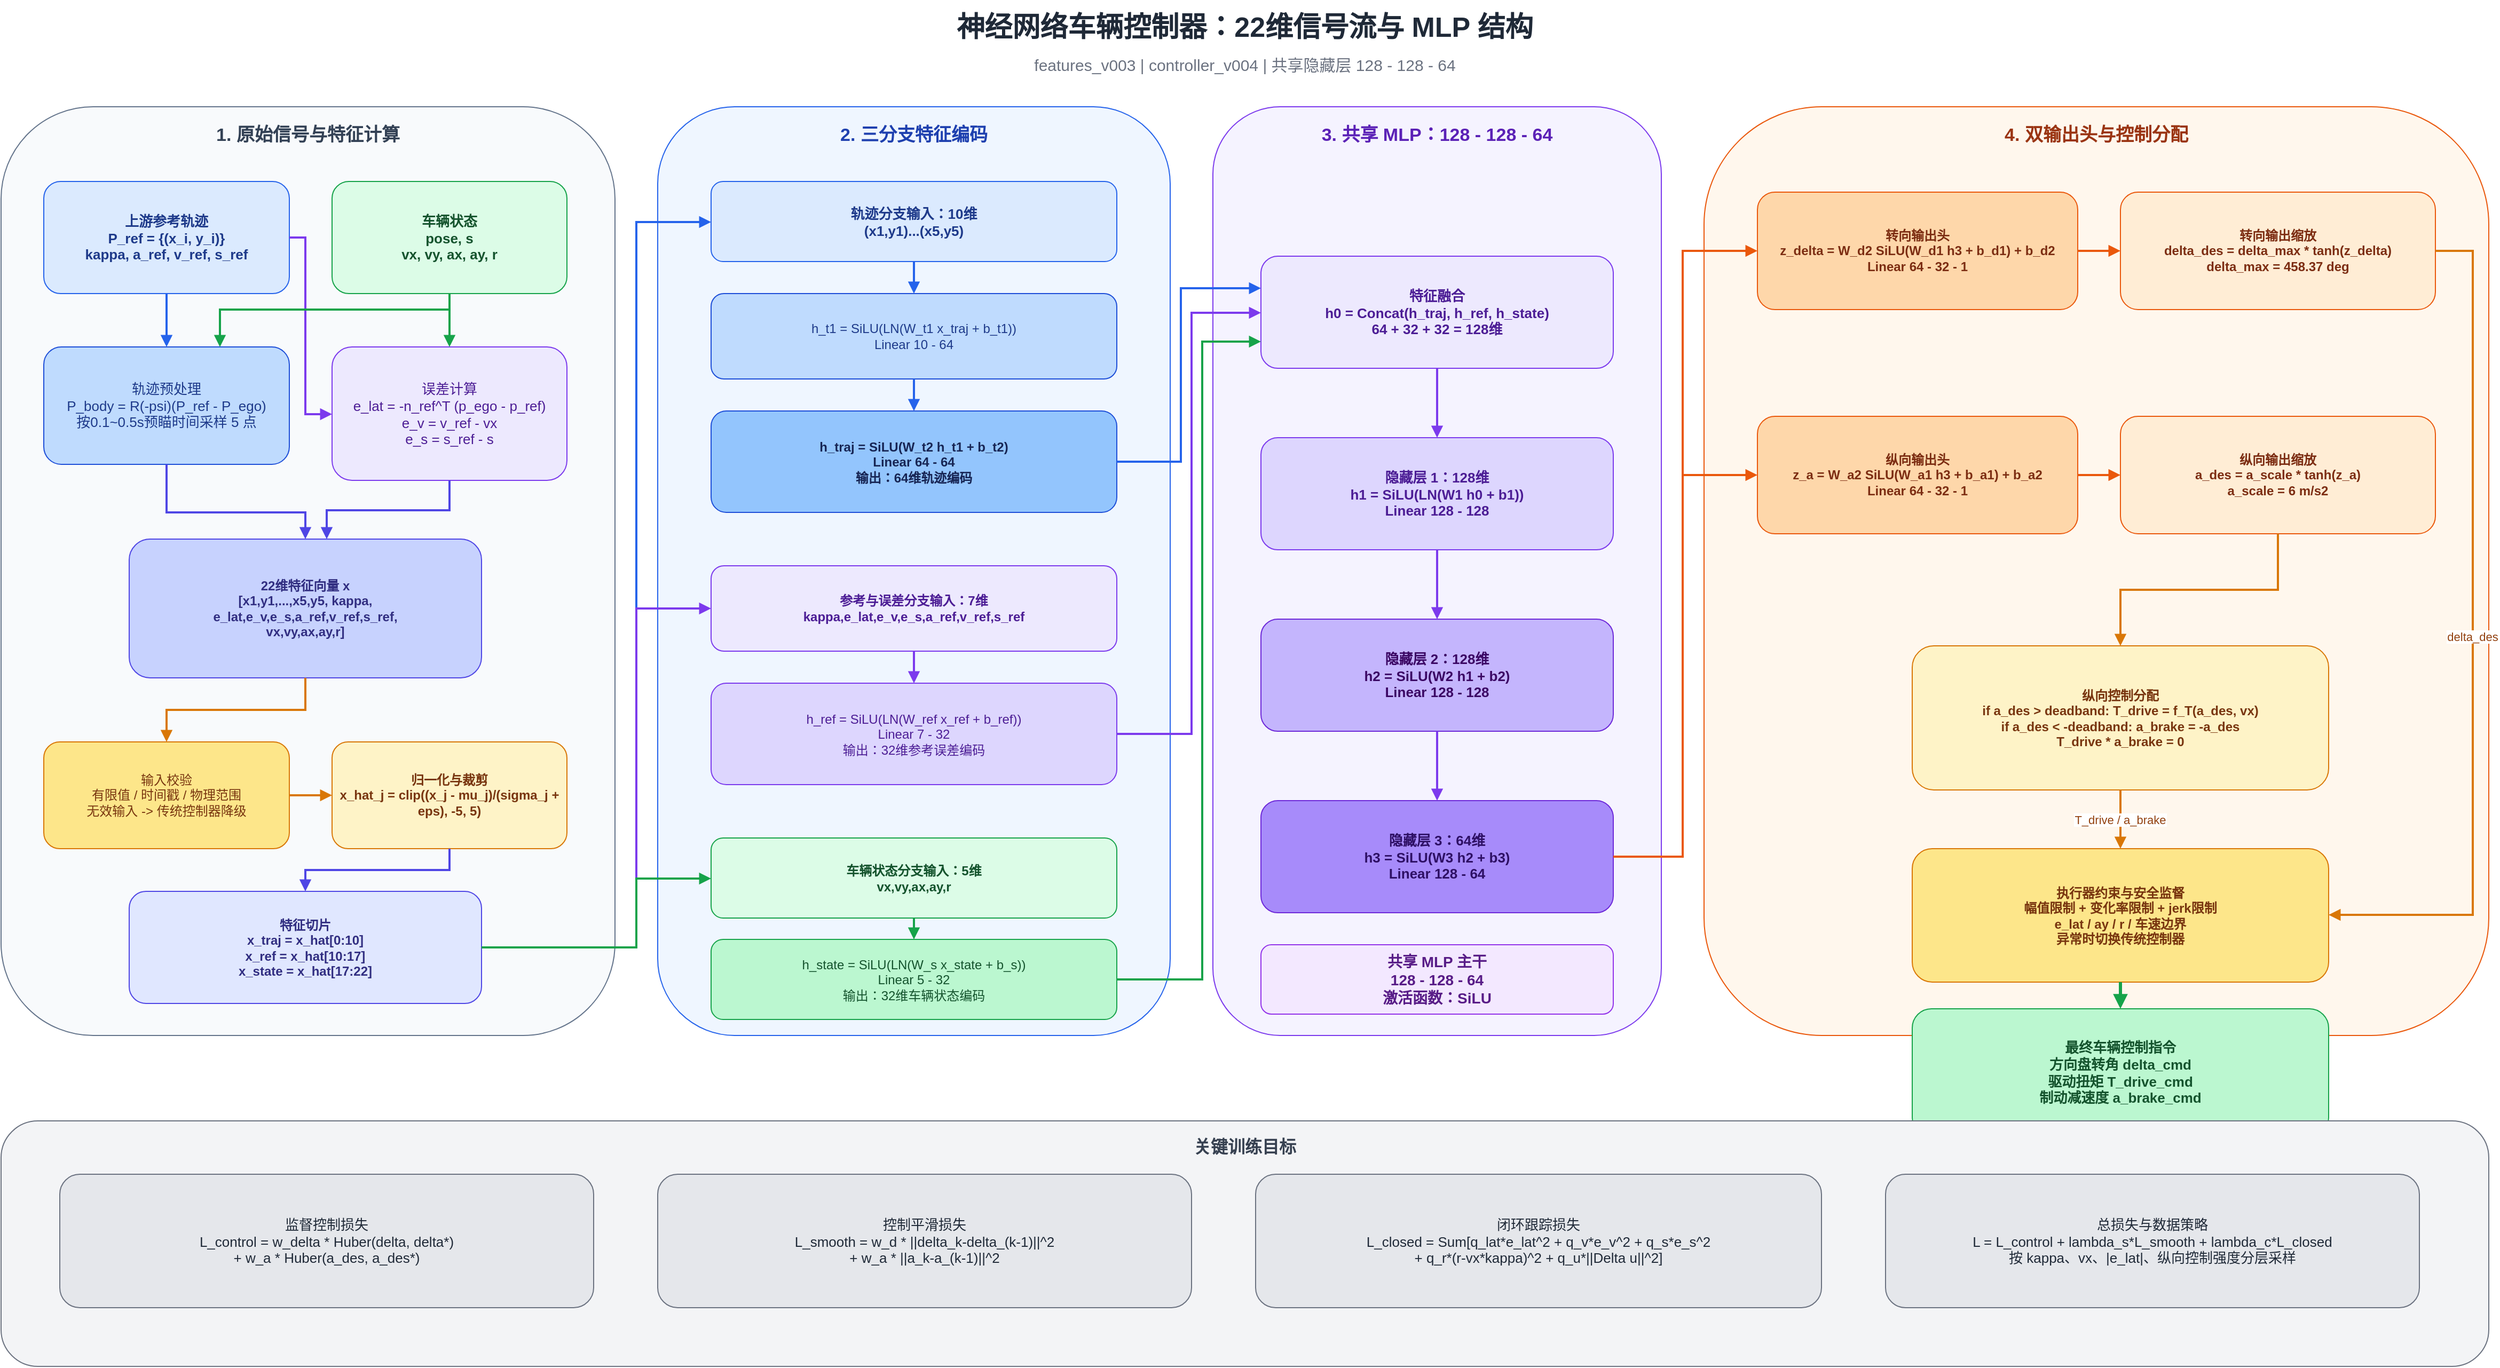
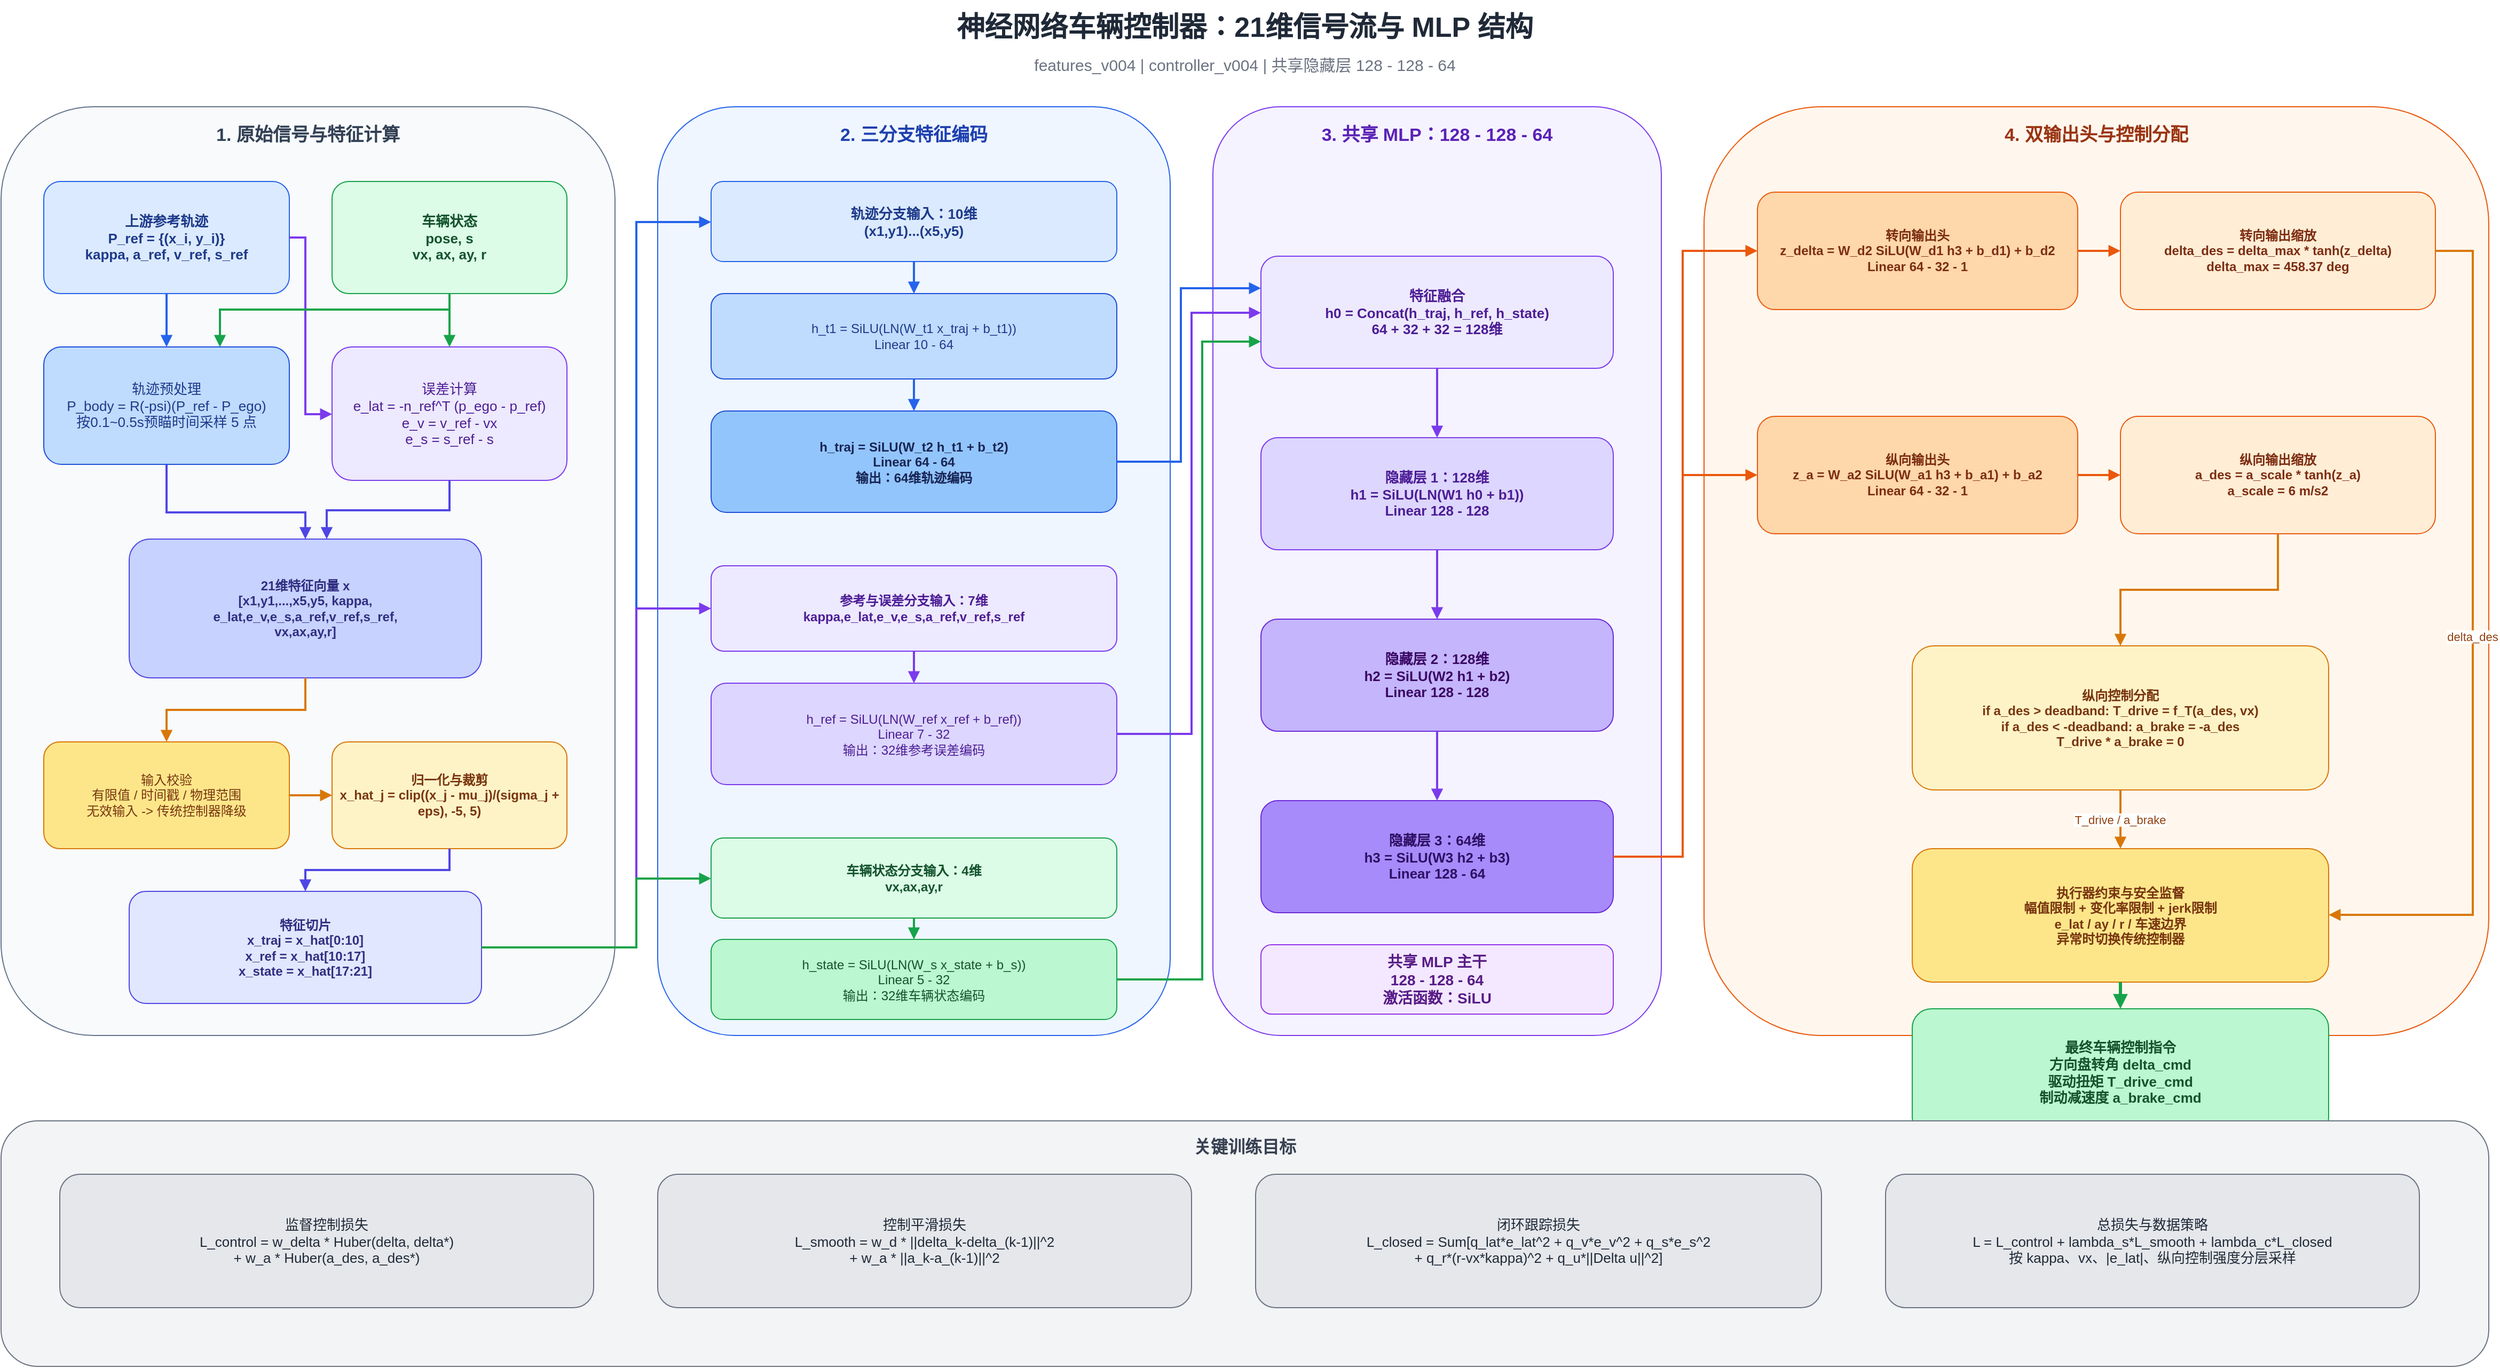
<mxfile host="65bd71144e" compressed="false">
    <diagram id="page1" name="神经网络结构与信号流">
        <mxGraphModel dx="1028" dy="1000" grid="1" gridSize="10" guides="1" tooltips="1" connect="1" arrows="1" fold="1" page="1" pageScale="1" pageWidth="2400" pageHeight="1450" math="0" shadow="0">
            <root>
                <mxCell id="0"/>
                <mxCell id="1" parent="0"/>
-                 <mxCell id="2" value="神经网络车辆控制器：22维信号流与 MLP 结构" style="text;html=0;align=center;verticalAlign=middle;fontSize=26;fontStyle=1;fontColor=#1F2937;" parent="1" vertex="1">
+                 <mxCell id="2" value="神经网络车辆控制器：21维信号流与 MLP 结构" style="text;html=0;align=center;verticalAlign=middle;fontSize=26;fontStyle=1;fontColor=#1F2937;" parent="1" vertex="1">
                    <mxGeometry x="450" y="20" width="1500" height="45" as="geometry"/>
                </mxCell>
-                 <mxCell id="3" value="features_v003 | controller_v004 | 共享隐藏层 128 - 128 - 64" style="text;html=0;align=center;verticalAlign=middle;fontSize=15;fontColor=#6B7280;" parent="1" vertex="1">
+                 <mxCell id="3" value="features_v004 | controller_v004 | 共享隐藏层 128 - 128 - 64" style="text;html=0;align=center;verticalAlign=middle;fontSize=15;fontColor=#6B7280;" parent="1" vertex="1">
                    <mxGeometry x="600" y="65" width="1200" height="30" as="geometry"/>
                </mxCell>
                <mxCell id="4" value="1. 原始信号与特征计算" style="rounded=1;whiteSpace=wrap;html=0;fillColor=#F8FAFC;strokeColor=#64748B;fontColor=#334155;fontStyle=1;fontSize=17;verticalAlign=top;spacingTop=10;" parent="1" vertex="1">
                    <mxGeometry x="35" y="120" width="575" height="870" as="geometry"/>
                </mxCell>
                <mxCell id="5" value="2. 三分支特征编码" style="rounded=1;whiteSpace=wrap;html=0;fillColor=#EFF6FF;strokeColor=#2563EB;fontColor=#1E40AF;fontStyle=1;fontSize=17;verticalAlign=top;spacingTop=10;" parent="1" vertex="1">
                    <mxGeometry x="650" y="120" width="480" height="870" as="geometry"/>
                </mxCell>
                <mxCell id="6" value="3. 共享 MLP：128 - 128 - 64" style="rounded=1;whiteSpace=wrap;html=0;fillColor=#F5F3FF;strokeColor=#7C3AED;fontColor=#5B21B6;fontStyle=1;fontSize=17;verticalAlign=top;spacingTop=10;" parent="1" vertex="1">
                    <mxGeometry x="1170" y="120" width="420" height="870" as="geometry"/>
                </mxCell>
                <mxCell id="7" value="4. 双输出头与控制分配" style="rounded=1;whiteSpace=wrap;html=0;fillColor=#FFF7ED;strokeColor=#EA580C;fontColor=#9A3412;fontStyle=1;fontSize=17;verticalAlign=top;spacingTop=10;" parent="1" vertex="1">
                    <mxGeometry x="1630" y="120" width="735" height="870" as="geometry"/>
                </mxCell>
                <mxCell id="10" value="上游参考轨迹&#xa;P_ref = {(x_i, y_i)}&#xa;kappa, a_ref, v_ref, s_ref" style="rounded=1;whiteSpace=wrap;html=0;fillColor=#DBEAFE;strokeColor=#2563EB;fontColor=#1E3A8A;fontStyle=1;fontSize=13;" parent="1" vertex="1">
                    <mxGeometry x="75" y="190" width="230" height="105" as="geometry"/>
                </mxCell>
-                 <mxCell id="11" value="车辆状态&#xa;pose, s&#xa;vx, vy, ax, ay, r" style="rounded=1;whiteSpace=wrap;html=0;fillColor=#DCFCE7;strokeColor=#16A34A;fontColor=#14532D;fontStyle=1;fontSize=13;" parent="1" vertex="1">
+                 <mxCell id="11" value="车辆状态&#xa;pose, s&#xa;vx, ax, ay, r" style="rounded=1;whiteSpace=wrap;html=0;fillColor=#DCFCE7;strokeColor=#16A34A;fontColor=#14532D;fontStyle=1;fontSize=13;" parent="1" vertex="1">
                    <mxGeometry x="345" y="190" width="220" height="105" as="geometry"/>
                </mxCell>
                <mxCell id="12" value="轨迹预处理&#xa;P_body = R(-psi)(P_ref - P_ego)&#xa;按0.1~0.5s预瞄时间采样 5 点" style="rounded=1;whiteSpace=wrap;html=0;fillColor=#BFDBFE;strokeColor=#1D4ED8;fontColor=#1E3A8A;fontSize=13;" parent="1" vertex="1">
                    <mxGeometry x="75" y="345" width="230" height="110" as="geometry"/>
                </mxCell>
                <mxCell id="13" value="误差计算&#xa;e_lat = -n_ref^T (p_ego - p_ref)&#xa;e_v = v_ref - vx&#xa;e_s = s_ref - s" style="rounded=1;whiteSpace=wrap;html=0;fillColor=#EDE9FE;strokeColor=#7C3AED;fontColor=#4C1D95;fontSize=13;" parent="1" vertex="1">
                    <mxGeometry x="345" y="345" width="220" height="125" as="geometry"/>
                </mxCell>
-                 <mxCell id="14" value="22维特征向量 x&#xa;[x1,y1,...,x5,y5, kappa,&#xa;e_lat,e_v,e_s,a_ref,v_ref,s_ref,&#xa;vx,vy,ax,ay,r]" style="rounded=1;whiteSpace=wrap;html=0;fillColor=#C7D2FE;strokeColor=#4F46E5;fontColor=#312E81;fontStyle=1;fontSize=12;" parent="1" vertex="1">
+                 <mxCell id="14" value="21维特征向量 x&#xa;[x1,y1,...,x5,y5, kappa,&#xa;e_lat,e_v,e_s,a_ref,v_ref,s_ref,&#xa;vx,ax,ay,r]" style="rounded=1;whiteSpace=wrap;html=0;fillColor=#C7D2FE;strokeColor=#4F46E5;fontColor=#312E81;fontStyle=1;fontSize=12;" parent="1" vertex="1">
                    <mxGeometry x="155" y="525" width="330" height="130" as="geometry"/>
                </mxCell>
                <mxCell id="15" value="输入校验&#xa;有限值 / 时间戳 / 物理范围&#xa;无效输入 -&gt; 传统控制器降级" style="rounded=1;whiteSpace=wrap;html=0;fillColor=#FDE68A;strokeColor=#D97706;fontColor=#78350F;fontSize=12;" parent="1" vertex="1">
                    <mxGeometry x="75" y="715" width="230" height="100" as="geometry"/>
                </mxCell>
                <mxCell id="16" value="归一化与裁剪&#xa;x_hat_j = clip((x_j - mu_j)/(sigma_j + eps), -5, 5)" style="rounded=1;whiteSpace=wrap;html=0;fillColor=#FEF3C7;strokeColor=#D97706;fontColor=#78350F;fontStyle=1;fontSize=12;" parent="1" vertex="1">
                    <mxGeometry x="345" y="715" width="220" height="100" as="geometry"/>
                </mxCell>
-                 <mxCell id="17" value="特征切片&#xa;x_traj = x_hat[0:10]&#xa;x_ref = x_hat[10:17]&#xa;x_state = x_hat[17:22]" style="rounded=1;whiteSpace=wrap;html=0;fillColor=#E0E7FF;strokeColor=#4F46E5;fontColor=#312E81;fontStyle=1;fontSize=12;" parent="1" vertex="1">
+                 <mxCell id="17" value="特征切片&#xa;x_traj = x_hat[0:10]&#xa;x_ref = x_hat[10:17]&#xa;x_state = x_hat[17:21]" style="rounded=1;whiteSpace=wrap;html=0;fillColor=#E0E7FF;strokeColor=#4F46E5;fontColor=#312E81;fontStyle=1;fontSize=12;" parent="1" vertex="1">
                    <mxGeometry x="155" y="855" width="330" height="105" as="geometry"/>
                </mxCell>
                <mxCell id="20" value="轨迹分支输入：10维&#xa;(x1,y1)...(x5,y5)" style="rounded=1;whiteSpace=wrap;html=0;fillColor=#DBEAFE;strokeColor=#2563EB;fontColor=#1E3A8A;fontStyle=1;fontSize=13;" parent="1" vertex="1">
                    <mxGeometry x="700" y="190" width="380" height="75" as="geometry"/>
                </mxCell>
                <mxCell id="21" value="h_t1 = SiLU(LN(W_t1 x_traj + b_t1))&#xa;Linear 10 - 64" style="rounded=1;whiteSpace=wrap;html=0;fillColor=#BFDBFE;strokeColor=#1D4ED8;fontColor=#1E3A8A;fontSize=12;" parent="1" vertex="1">
                    <mxGeometry x="700" y="295" width="380" height="80" as="geometry"/>
                </mxCell>
                <mxCell id="22" value="h_traj = SiLU(W_t2 h_t1 + b_t2)&#xa;Linear 64 - 64&#xa;输出：64维轨迹编码" style="rounded=1;whiteSpace=wrap;html=0;fillColor=#93C5FD;strokeColor=#1D4ED8;fontColor=#172554;fontStyle=1;fontSize=12;" parent="1" vertex="1">
                    <mxGeometry x="700" y="405" width="380" height="95" as="geometry"/>
                </mxCell>
                <mxCell id="23" value="参考与误差分支输入：7维&#xa;kappa,e_lat,e_v,e_s,a_ref,v_ref,s_ref" style="rounded=1;whiteSpace=wrap;html=0;fillColor=#EDE9FE;strokeColor=#7C3AED;fontColor=#4C1D95;fontStyle=1;fontSize=12;" parent="1" vertex="1">
                    <mxGeometry x="700" y="550" width="380" height="80" as="geometry"/>
                </mxCell>
                <mxCell id="24" value="h_ref = SiLU(LN(W_ref x_ref + b_ref))&#xa;Linear 7 - 32&#xa;输出：32维参考误差编码" style="rounded=1;whiteSpace=wrap;html=0;fillColor=#DDD6FE;strokeColor=#7C3AED;fontColor=#4C1D95;fontSize=12;" parent="1" vertex="1">
                    <mxGeometry x="700" y="660" width="380" height="95" as="geometry"/>
                </mxCell>
-                 <mxCell id="25" value="车辆状态分支输入：5维&#xa;vx,vy,ax,ay,r" style="rounded=1;whiteSpace=wrap;html=0;fillColor=#DCFCE7;strokeColor=#16A34A;fontColor=#14532D;fontStyle=1;fontSize=12;" parent="1" vertex="1">
+                 <mxCell id="25" value="车辆状态分支输入：4维&#xa;vx,ax,ay,r" style="rounded=1;whiteSpace=wrap;html=0;fillColor=#DCFCE7;strokeColor=#16A34A;fontColor=#14532D;fontStyle=1;fontSize=12;" parent="1" vertex="1">
                    <mxGeometry x="700" y="805" width="380" height="75" as="geometry"/>
                </mxCell>
                <mxCell id="26" value="h_state = SiLU(LN(W_s x_state + b_s))&#xa;Linear 5 - 32&#xa;输出：32维车辆状态编码" style="rounded=1;whiteSpace=wrap;html=0;fillColor=#BBF7D0;strokeColor=#16A34A;fontColor=#14532D;fontSize=12;" parent="1" vertex="1">
                    <mxGeometry x="700" y="900" width="380" height="75" as="geometry"/>
                </mxCell>
                <mxCell id="30" value="特征融合&#xa;h0 = Concat(h_traj, h_ref, h_state)&#xa;64 + 32 + 32 = 128维" style="rounded=1;whiteSpace=wrap;html=0;fillColor=#EDE9FE;strokeColor=#7C3AED;fontColor=#4C1D95;fontStyle=1;fontSize=13;" parent="1" vertex="1">
                    <mxGeometry x="1215" y="260" width="330" height="105" as="geometry"/>
                </mxCell>
                <mxCell id="31" value="隐藏层 1：128维&#xa;h1 = SiLU(LN(W1 h0 + b1))&#xa;Linear 128 - 128" style="rounded=1;whiteSpace=wrap;html=0;fillColor=#DDD6FE;strokeColor=#7C3AED;fontColor=#4C1D95;fontStyle=1;fontSize=13;" parent="1" vertex="1">
                    <mxGeometry x="1215" y="430" width="330" height="105" as="geometry"/>
                </mxCell>
                <mxCell id="32" value="隐藏层 2：128维&#xa;h2 = SiLU(W2 h1 + b2)&#xa;Linear 128 - 128" style="rounded=1;whiteSpace=wrap;html=0;fillColor=#C4B5FD;strokeColor=#6D28D9;fontColor=#3B0764;fontStyle=1;fontSize=13;" parent="1" vertex="1">
                    <mxGeometry x="1215" y="600" width="330" height="105" as="geometry"/>
                </mxCell>
                <mxCell id="33" value="隐藏层 3：64维&#xa;h3 = SiLU(W3 h2 + b3)&#xa;Linear 128 - 64" style="rounded=1;whiteSpace=wrap;html=0;fillColor=#A78BFA;strokeColor=#6D28D9;fontColor=#2E1065;fontStyle=1;fontSize=13;" parent="1" vertex="1">
                    <mxGeometry x="1215" y="770" width="330" height="105" as="geometry"/>
                </mxCell>
                <mxCell id="34" value="共享 MLP 主干&#xa;128 - 128 - 64&#xa;激活函数：SiLU" style="rounded=1;whiteSpace=wrap;html=0;fillColor=#F3E8FF;strokeColor=#9333EA;fontColor=#581C87;fontStyle=1;fontSize=14;" parent="1" vertex="1">
                    <mxGeometry x="1215" y="905" width="330" height="65" as="geometry"/>
                </mxCell>
                <mxCell id="40" value="转向输出头&#xa;z_delta = W_d2 SiLU(W_d1 h3 + b_d1) + b_d2&#xa;Linear 64 - 32 - 1" style="rounded=1;whiteSpace=wrap;html=0;fillColor=#FED7AA;strokeColor=#EA580C;fontColor=#7C2D12;fontStyle=1;fontSize=12;" parent="1" vertex="1">
                    <mxGeometry x="1680" y="200" width="300" height="110" as="geometry"/>
                </mxCell>
                <mxCell id="41" value="转向输出缩放&#xa;delta_des = delta_max * tanh(z_delta)&#xa;delta_max = 458.37 deg" style="rounded=1;whiteSpace=wrap;html=0;fillColor=#FFEDD5;strokeColor=#EA580C;fontColor=#7C2D12;fontStyle=1;fontSize=12;" parent="1" vertex="1">
                    <mxGeometry x="2020" y="200" width="295" height="110" as="geometry"/>
                </mxCell>
                <mxCell id="42" value="纵向输出头&#xa;z_a = W_a2 SiLU(W_a1 h3 + b_a1) + b_a2&#xa;Linear 64 - 32 - 1" style="rounded=1;whiteSpace=wrap;html=0;fillColor=#FED7AA;strokeColor=#EA580C;fontColor=#7C2D12;fontStyle=1;fontSize=12;" parent="1" vertex="1">
                    <mxGeometry x="1680" y="410" width="300" height="110" as="geometry"/>
                </mxCell>
                <mxCell id="43" value="纵向输出缩放&#xa;a_des = a_scale * tanh(z_a)&#xa;a_scale = 6 m/s2" style="rounded=1;whiteSpace=wrap;html=0;fillColor=#FFEDD5;strokeColor=#EA580C;fontColor=#7C2D12;fontStyle=1;fontSize=12;" parent="1" vertex="1">
                    <mxGeometry x="2020" y="410" width="295" height="110" as="geometry"/>
                </mxCell>
                <mxCell id="44" value="纵向控制分配&#xa;if a_des &gt; deadband: T_drive = f_T(a_des, vx)&#xa;if a_des &lt; -deadband: a_brake = -a_des&#xa;T_drive * a_brake = 0" style="rounded=1;whiteSpace=wrap;html=0;fillColor=#FEF3C7;strokeColor=#D97706;fontColor=#78350F;fontStyle=1;fontSize=12;" parent="1" vertex="1">
                    <mxGeometry x="1825" y="625" width="390" height="135" as="geometry"/>
                </mxCell>
                <mxCell id="45" value="执行器约束与安全监督&#xa;幅值限制 + 变化率限制 + jerk限制&#xa;e_lat / ay / r / 车速边界&#xa;异常时切换传统控制器" style="rounded=1;whiteSpace=wrap;html=0;fillColor=#FDE68A;strokeColor=#D97706;fontColor=#78350F;fontStyle=1;fontSize=12;" parent="1" vertex="1">
                    <mxGeometry x="1825" y="815" width="390" height="125" as="geometry"/>
                </mxCell>
                <mxCell id="46" value="最终车辆控制指令&#xa;方向盘转角 delta_cmd&#xa;驱动扭矩 T_drive_cmd&#xa;制动减速度 a_brake_cmd" style="rounded=1;whiteSpace=wrap;html=0;fillColor=#BBF7D0;strokeColor=#16A34A;fontColor=#14532D;fontStyle=1;fontSize=13;" parent="1" vertex="1">
                    <mxGeometry x="1825" y="965" width="390" height="120" as="geometry"/>
                </mxCell>
                <mxCell id="50" value="关键训练目标" style="rounded=1;whiteSpace=wrap;html=0;fillColor=#F3F4F6;strokeColor=#6B7280;fontColor=#374151;fontStyle=1;fontSize=16;verticalAlign=top;spacingTop=8;" parent="1" vertex="1">
                    <mxGeometry x="35" y="1070" width="2330" height="230" as="geometry"/>
                </mxCell>
                <mxCell id="51" value="监督控制损失&#xa;L_control = w_delta * Huber(delta, delta*)&#xa;          + w_a * Huber(a_des, a_des*)" style="rounded=1;whiteSpace=wrap;html=0;fillColor=#E5E7EB;strokeColor=#6B7280;fontColor=#1F2937;fontSize=13;" parent="1" vertex="1">
                    <mxGeometry x="90" y="1120" width="500" height="125" as="geometry"/>
                </mxCell>
                <mxCell id="52" value="控制平滑损失&#xa;L_smooth = w_d * ||delta_k-delta_(k-1)||^2&#xa;          + w_a * ||a_k-a_(k-1)||^2" style="rounded=1;whiteSpace=wrap;html=0;fillColor=#E5E7EB;strokeColor=#6B7280;fontColor=#1F2937;fontSize=13;" parent="1" vertex="1">
                    <mxGeometry x="650" y="1120" width="500" height="125" as="geometry"/>
                </mxCell>
                <mxCell id="53" value="闭环跟踪损失&#xa;L_closed = Sum[q_lat*e_lat^2 + q_v*e_v^2 + q_s*e_s^2&#xa;             + q_r*(r-vx*kappa)^2 + q_u*||Delta u||^2]" style="rounded=1;whiteSpace=wrap;html=0;fillColor=#E5E7EB;strokeColor=#6B7280;fontColor=#1F2937;fontSize=13;" parent="1" vertex="1">
                    <mxGeometry x="1210" y="1120" width="530" height="125" as="geometry"/>
                </mxCell>
                <mxCell id="54" value="总损失与数据策略&#xa;L = L_control + lambda_s*L_smooth + lambda_c*L_closed&#xa;按 kappa、vx、|e_lat|、纵向控制强度分层采样" style="rounded=1;whiteSpace=wrap;html=0;fillColor=#E5E7EB;strokeColor=#6B7280;fontColor=#1F2937;fontSize=13;" parent="1" vertex="1">
                    <mxGeometry x="1800" y="1120" width="500" height="125" as="geometry"/>
                </mxCell>
                <mxCell id="100" style="edgeStyle=orthogonalEdgeStyle;rounded=0;html=0;endArrow=block;endFill=1;strokeColor=#2563EB;strokeWidth=2;" parent="1" source="10" target="12" edge="1">
                    <mxGeometry relative="1" as="geometry"/>
                </mxCell>
                <mxCell id="101" style="edgeStyle=orthogonalEdgeStyle;rounded=0;html=0;endArrow=block;endFill=1;strokeColor=#7C3AED;strokeWidth=2;" parent="1" source="10" target="13" edge="1">
                    <mxGeometry relative="1" as="geometry">
                        <Array as="points">
                            <mxPoint x="320" y="243"/>
                            <mxPoint x="320" y="408"/>
                        </Array>
                    </mxGeometry>
                </mxCell>
                <mxCell id="102" style="edgeStyle=orthogonalEdgeStyle;rounded=0;html=0;endArrow=block;endFill=1;strokeColor=#16A34A;strokeWidth=2;" parent="1" source="11" target="12" edge="1">
                    <mxGeometry relative="1" as="geometry">
                        <Array as="points">
                            <mxPoint x="455" y="310"/>
                            <mxPoint x="240" y="310"/>
                        </Array>
                    </mxGeometry>
                </mxCell>
                <mxCell id="103" style="edgeStyle=orthogonalEdgeStyle;rounded=0;html=0;endArrow=block;endFill=1;strokeColor=#16A34A;strokeWidth=2;" parent="1" source="11" target="13" edge="1">
                    <mxGeometry relative="1" as="geometry"/>
                </mxCell>
                <mxCell id="104" style="edgeStyle=orthogonalEdgeStyle;rounded=0;html=0;endArrow=block;endFill=1;strokeColor=#4F46E5;strokeWidth=2;" parent="1" source="12" target="14" edge="1">
                    <mxGeometry relative="1" as="geometry">
                        <Array as="points">
                            <mxPoint x="190" y="500"/>
                            <mxPoint x="320" y="500"/>
                        </Array>
                    </mxGeometry>
                </mxCell>
                <mxCell id="105" style="edgeStyle=orthogonalEdgeStyle;rounded=0;html=0;endArrow=block;endFill=1;strokeColor=#4F46E5;strokeWidth=2;" parent="1" source="13" target="14" edge="1">
                    <mxGeometry relative="1" as="geometry">
                        <Array as="points">
                            <mxPoint x="455" y="498"/>
                            <mxPoint x="340" y="498"/>
                        </Array>
                    </mxGeometry>
                </mxCell>
                <mxCell id="106" style="edgeStyle=orthogonalEdgeStyle;rounded=0;html=0;endArrow=block;endFill=1;strokeColor=#D97706;strokeWidth=2;" parent="1" source="14" target="15" edge="1">
                    <mxGeometry relative="1" as="geometry"/>
                </mxCell>
                <mxCell id="107" style="edgeStyle=orthogonalEdgeStyle;rounded=0;html=0;endArrow=block;endFill=1;strokeColor=#D97706;strokeWidth=2;" parent="1" source="15" target="16" edge="1">
                    <mxGeometry relative="1" as="geometry"/>
                </mxCell>
                <mxCell id="108" style="edgeStyle=orthogonalEdgeStyle;rounded=0;html=0;endArrow=block;endFill=1;strokeColor=#4F46E5;strokeWidth=2;" parent="1" source="16" target="17" edge="1">
                    <mxGeometry relative="1" as="geometry"/>
                </mxCell>
                <mxCell id="109" style="edgeStyle=orthogonalEdgeStyle;rounded=0;html=0;endArrow=block;endFill=1;strokeColor=#2563EB;strokeWidth=2;" parent="1" source="17" target="20" edge="1">
                    <mxGeometry relative="1" as="geometry">
                        <Array as="points">
                            <mxPoint x="630" y="908"/>
                            <mxPoint x="630" y="228"/>
                        </Array>
                    </mxGeometry>
                </mxCell>
                <mxCell id="110" style="edgeStyle=orthogonalEdgeStyle;rounded=0;html=0;endArrow=block;endFill=1;strokeColor=#7C3AED;strokeWidth=2;" parent="1" source="17" target="23" edge="1">
                    <mxGeometry relative="1" as="geometry">
                        <Array as="points">
                            <mxPoint x="630" y="908"/>
                            <mxPoint x="630" y="590"/>
                        </Array>
                    </mxGeometry>
                </mxCell>
                <mxCell id="111" style="edgeStyle=orthogonalEdgeStyle;rounded=0;html=0;endArrow=block;endFill=1;strokeColor=#16A34A;strokeWidth=2;" parent="1" source="17" target="25" edge="1">
                    <mxGeometry relative="1" as="geometry">
                        <Array as="points">
                            <mxPoint x="630" y="908"/>
                            <mxPoint x="630" y="843"/>
                        </Array>
                    </mxGeometry>
                </mxCell>
                <mxCell id="112" style="edgeStyle=orthogonalEdgeStyle;rounded=0;html=0;endArrow=block;endFill=1;strokeColor=#2563EB;strokeWidth=2;" parent="1" source="20" target="21" edge="1">
                    <mxGeometry relative="1" as="geometry"/>
                </mxCell>
                <mxCell id="113" style="edgeStyle=orthogonalEdgeStyle;rounded=0;html=0;endArrow=block;endFill=1;strokeColor=#2563EB;strokeWidth=2;" parent="1" source="21" target="22" edge="1">
                    <mxGeometry relative="1" as="geometry"/>
                </mxCell>
                <mxCell id="114" style="edgeStyle=orthogonalEdgeStyle;rounded=0;html=0;endArrow=block;endFill=1;strokeColor=#7C3AED;strokeWidth=2;" parent="1" source="23" target="24" edge="1">
                    <mxGeometry relative="1" as="geometry"/>
                </mxCell>
                <mxCell id="115" style="edgeStyle=orthogonalEdgeStyle;rounded=0;html=0;endArrow=block;endFill=1;strokeColor=#16A34A;strokeWidth=2;" parent="1" source="25" target="26" edge="1">
                    <mxGeometry relative="1" as="geometry"/>
                </mxCell>
                <mxCell id="116" style="edgeStyle=orthogonalEdgeStyle;rounded=0;html=0;endArrow=block;endFill=1;strokeColor=#2563EB;strokeWidth=2;" parent="1" source="22" target="30" edge="1">
                    <mxGeometry relative="1" as="geometry">
                        <Array as="points">
                            <mxPoint x="1140" y="452"/>
                            <mxPoint x="1140" y="290"/>
                        </Array>
                    </mxGeometry>
                </mxCell>
                <mxCell id="117" style="edgeStyle=orthogonalEdgeStyle;rounded=0;html=0;endArrow=block;endFill=1;strokeColor=#7C3AED;strokeWidth=2;" parent="1" source="24" target="30" edge="1">
                    <mxGeometry relative="1" as="geometry">
                        <Array as="points">
                            <mxPoint x="1150" y="708"/>
                            <mxPoint x="1150" y="313"/>
                        </Array>
                    </mxGeometry>
                </mxCell>
                <mxCell id="118" style="edgeStyle=orthogonalEdgeStyle;rounded=0;html=0;endArrow=block;endFill=1;strokeColor=#16A34A;strokeWidth=2;" parent="1" source="26" target="30" edge="1">
                    <mxGeometry relative="1" as="geometry">
                        <Array as="points">
                            <mxPoint x="1160" y="938"/>
                            <mxPoint x="1160" y="340"/>
                        </Array>
                    </mxGeometry>
                </mxCell>
                <mxCell id="119" style="edgeStyle=orthogonalEdgeStyle;rounded=0;html=0;endArrow=block;endFill=1;strokeColor=#7C3AED;strokeWidth=2;" parent="1" source="30" target="31" edge="1">
                    <mxGeometry relative="1" as="geometry"/>
                </mxCell>
                <mxCell id="120" style="edgeStyle=orthogonalEdgeStyle;rounded=0;html=0;endArrow=block;endFill=1;strokeColor=#7C3AED;strokeWidth=2;" parent="1" source="31" target="32" edge="1">
                    <mxGeometry relative="1" as="geometry"/>
                </mxCell>
                <mxCell id="121" style="edgeStyle=orthogonalEdgeStyle;rounded=0;html=0;endArrow=block;endFill=1;strokeColor=#7C3AED;strokeWidth=2;" parent="1" source="32" target="33" edge="1">
                    <mxGeometry relative="1" as="geometry"/>
                </mxCell>
                <mxCell id="122" style="edgeStyle=orthogonalEdgeStyle;rounded=0;html=0;endArrow=block;endFill=1;strokeColor=#EA580C;strokeWidth=2;" parent="1" source="33" target="40" edge="1">
                    <mxGeometry relative="1" as="geometry">
                        <Array as="points">
                            <mxPoint x="1610" y="823"/>
                            <mxPoint x="1610" y="255"/>
                        </Array>
                    </mxGeometry>
                </mxCell>
                <mxCell id="123" style="edgeStyle=orthogonalEdgeStyle;rounded=0;html=0;endArrow=block;endFill=1;strokeColor=#EA580C;strokeWidth=2;" parent="1" source="33" target="42" edge="1">
                    <mxGeometry relative="1" as="geometry">
                        <Array as="points">
                            <mxPoint x="1610" y="823"/>
                            <mxPoint x="1610" y="465"/>
                        </Array>
                    </mxGeometry>
                </mxCell>
                <mxCell id="124" style="edgeStyle=orthogonalEdgeStyle;rounded=0;html=0;endArrow=block;endFill=1;strokeColor=#EA580C;strokeWidth=2;" parent="1" source="40" target="41" edge="1">
                    <mxGeometry relative="1" as="geometry"/>
                </mxCell>
                <mxCell id="125" style="edgeStyle=orthogonalEdgeStyle;rounded=0;html=0;endArrow=block;endFill=1;strokeColor=#EA580C;strokeWidth=2;" parent="1" source="42" target="43" edge="1">
                    <mxGeometry relative="1" as="geometry"/>
                </mxCell>
                <mxCell id="126" style="edgeStyle=orthogonalEdgeStyle;rounded=0;html=0;endArrow=block;endFill=1;strokeColor=#D97706;strokeWidth=2;" parent="1" source="43" target="44" edge="1">
                    <mxGeometry relative="1" as="geometry"/>
                </mxCell>
                <mxCell id="127" value="delta_des" style="edgeStyle=orthogonalEdgeStyle;rounded=0;html=0;endArrow=block;endFill=1;strokeColor=#D97706;strokeWidth=2;fontColor=#92400E;" parent="1" source="41" target="45" edge="1">
                    <mxGeometry relative="1" as="geometry">
                        <Array as="points">
                            <mxPoint x="2350" y="255"/>
                            <mxPoint x="2350" y="877"/>
                        </Array>
                    </mxGeometry>
                </mxCell>
                <mxCell id="128" value="T_drive / a_brake" style="edgeStyle=orthogonalEdgeStyle;rounded=0;html=0;endArrow=block;endFill=1;strokeColor=#D97706;strokeWidth=2;fontColor=#92400E;" parent="1" source="44" target="45" edge="1">
                    <mxGeometry relative="1" as="geometry"/>
                </mxCell>
                <mxCell id="129" style="edgeStyle=orthogonalEdgeStyle;rounded=0;html=0;endArrow=block;endFill=1;strokeColor=#16A34A;strokeWidth=3;" parent="1" source="45" target="46" edge="1">
                    <mxGeometry relative="1" as="geometry"/>
                </mxCell>
            </root>
        </mxGraphModel>
    </diagram>
</mxfile>
